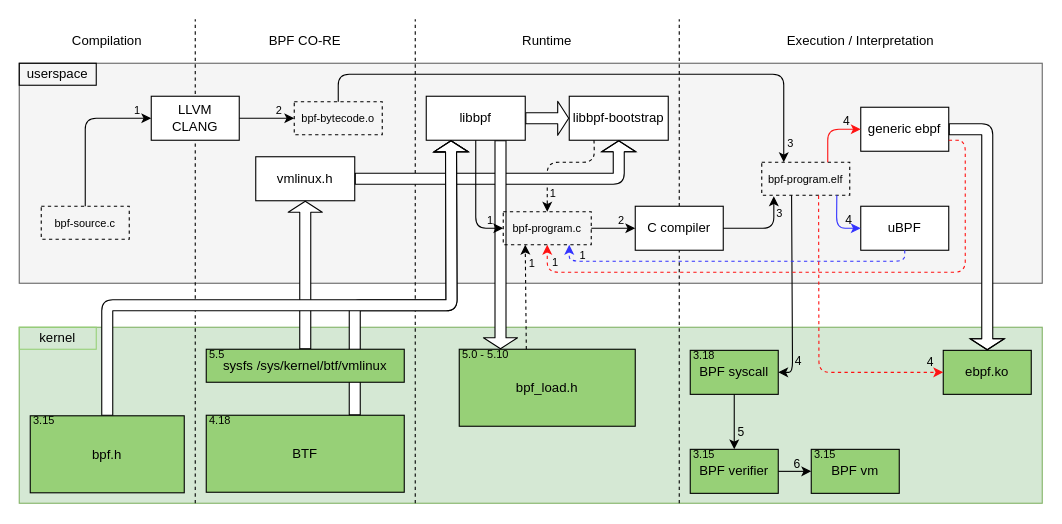
Before: documentation/resources/drawio/bpf-landscape.drawio in Dantali0n/OpenCSD, a draw.io diagram. Source tidied: cells renumbered, new cells numbered last; positions are measured from the earlier drawing's top-left corner, leaving out a move shared by most shapes. Both pictures are drawn from the tidied source at 110%, with x=0, y=0 at pixel (19, 19).
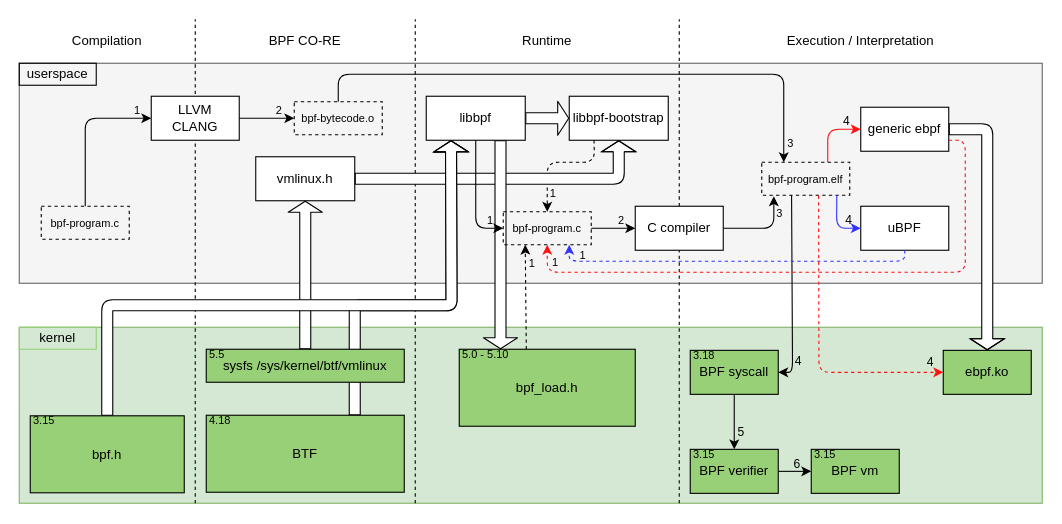
After the change.

The edit, as a diff of the source:
```diff
@@
-    <mxCell id="41" value="bpf-source.c" style="rounded=0;whiteSpace=wrap;html=1;strokeColor=#000000;fillColor=none;gradientColor=none;fontSize=10;align=center;dashed=1;" parent="1" vertex="1">
+    <mxCell id="41" value="bpf-program.c" style="rounded=0;whiteSpace=wrap;html=1;strokeColor=#000000;fillColor=none;gradientColor=none;fontSize=10;align=center;dashed=1;" parent="1" vertex="1">
       <mxGeometry x="20" y="170" width="80" height="30" as="geometry" />
     </mxCell>
```
